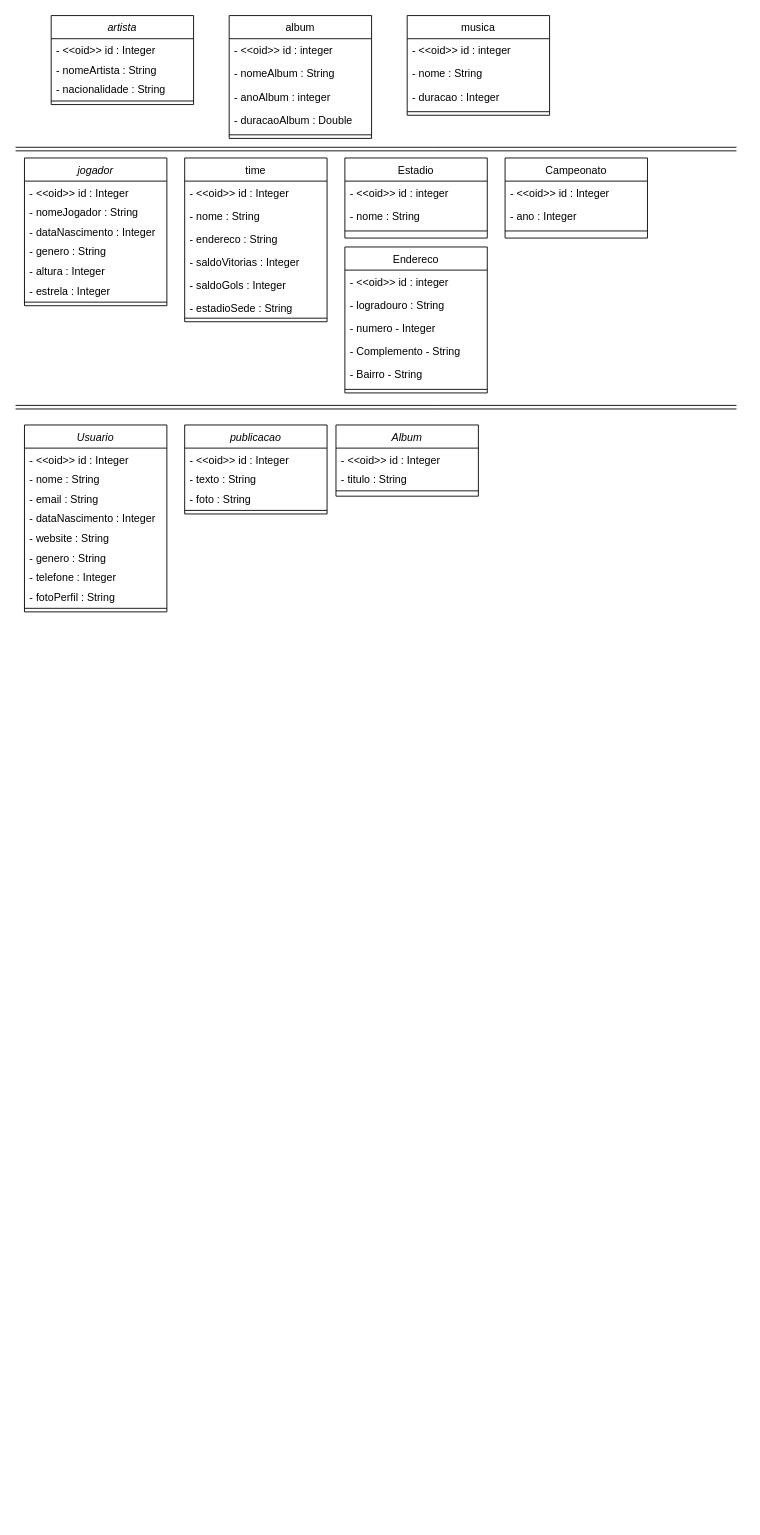
Before: Diagrama sem nome.drawio in douglaskks/api-app-saude, a draw.io diagram. Source tidied: cells renumbered, new cells numbered last; positions are measured from the earlier drawing's top-left corner, leaving out a move shared by most shapes. Both pictures are drawn from the tidied source at 89%, with x=0, y=0 at pixel (15, 15).
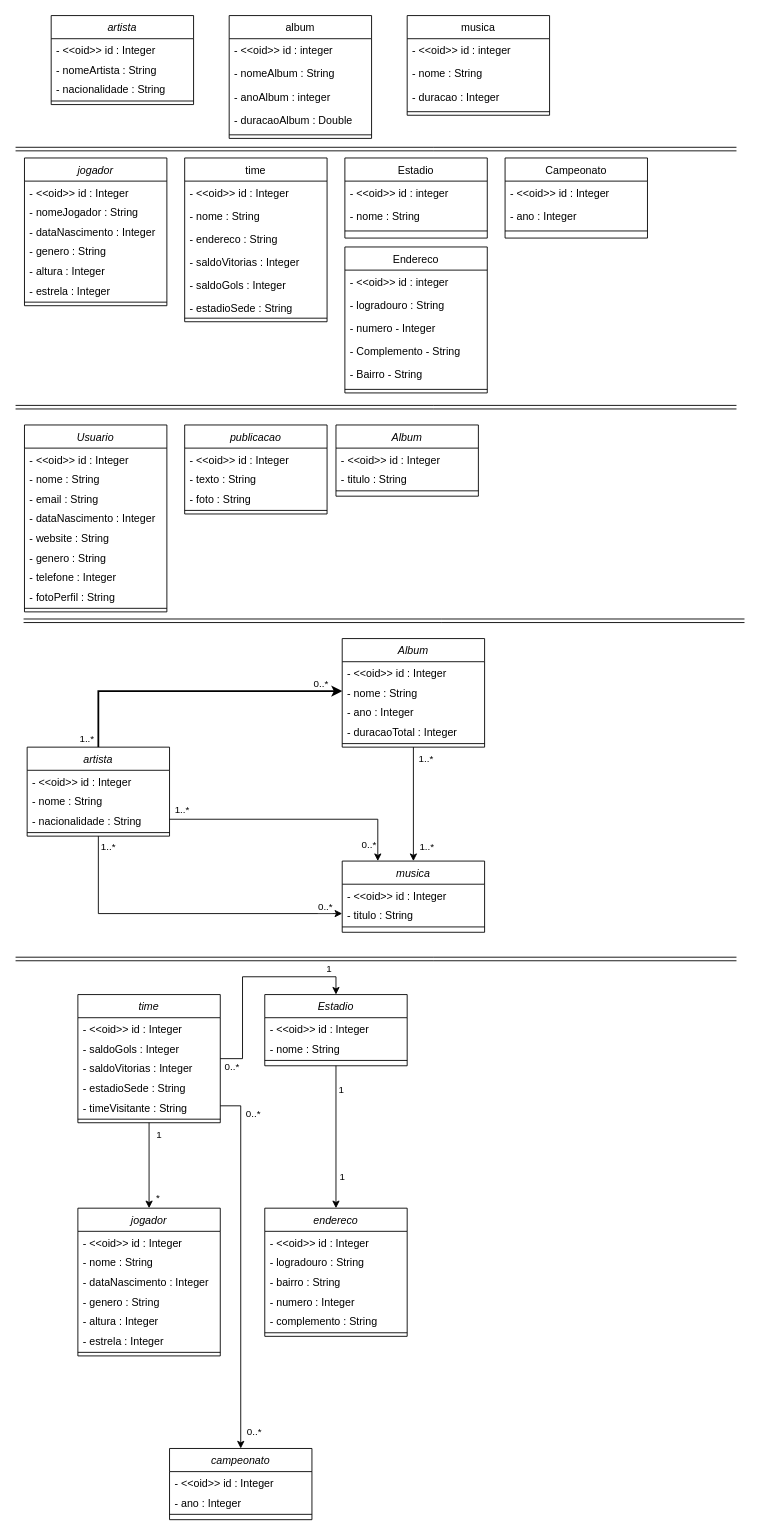
The same diagram, later.

Commit message:
atividade com multiplicidades de papeis adicionadas

The edit, as a diff of the source:
```diff
@@
+    <mxCell id="70" style="shape=link;html=1;rounded=0;" parent="1" edge="1">
+      <mxGeometry relative="1" as="geometry">
+        <mxPoint x="9" y="680" as="sourcePoint" />
+        <mxPoint x="819" y="680" as="targetPoint" />
+        <Array as="points">
+          <mxPoint x="479" y="680" />
+        </Array>
+      </mxGeometry>
+    </mxCell>
+    <mxCell id="71" style="edgeStyle=orthogonalEdgeStyle;rounded=0;jettySize=auto;html=1;entryX=0;entryY=0.5;entryDx=0;entryDy=0;strokeWidth=2;labelPosition=left;verticalLabelPosition=middle;align=right;verticalAlign=middle;labelBorderColor=none;" parent="1" edge="1" source="77" target="91">
+      <mxGeometry relative="1" as="geometry" />
+    </mxCell>
+    <mxCell id="72" value="0..*" style="edgeLabel;html=1;align=center;verticalAlign=middle;" parent="71" vertex="1">
+      <mxGeometry x="0.72" y="1" relative="1" as="geometry">
+        <mxPoint x="22" y="-8" as="offset" />
+      </mxGeometry>
+    </mxCell>
+    <mxCell id="73" value="1..*" style="edgeLabel;html=1;align=center;verticalAlign=middle;" parent="71" vertex="1">
+      <mxGeometry x="-0.85" y="1" relative="1" as="geometry">
+        <mxPoint x="-13" y="15" as="offset" />
+      </mxGeometry>
+    </mxCell>
+    <mxCell id="74" style="edgeStyle=orthogonalEdgeStyle;rounded=0;jettySize=auto;html=1;entryX=0;entryY=0.5;entryDx=0;entryDy=0;" parent="1" edge="1" source="77" target="84">
+      <mxGeometry relative="1" as="geometry" />
+    </mxCell>
+    <mxCell id="75" value="0..*" style="edgeLabel;html=1;align=center;verticalAlign=middle;" parent="74" vertex="1">
+      <mxGeometry x="0.91" relative="1" as="geometry">
+        <mxPoint x="-4" y="-8" as="offset" />
+      </mxGeometry>
+    </mxCell>
+    <mxCell id="76" value="1..*" style="edgeLabel;html=1;align=center;verticalAlign=middle;" parent="74" vertex="1">
+      <mxGeometry x="-0.79" y="1" relative="1" as="geometry">
+        <mxPoint x="9" y="-27" as="offset" />
+      </mxGeometry>
+    </mxCell>
+    <mxCell id="77" value="artista" style="swimlane;fontStyle=2;align=center;verticalAlign=top;horizontal=1;startSize=26;rounded=0;shadow=0;strokeWidth=1;" parent="1" vertex="1">
+      <mxGeometry x="13" y="822" width="160" height="100" as="geometry" />
+    </mxCell>
+    <mxCell id="78" value="- &lt;&lt;oid&gt;&gt; id : Integer" style="text;align=left;verticalAlign=top;spacingLeft=4;spacingRight=4;overflow=hidden;" parent="77" vertex="1">
+      <mxGeometry y="26" width="160" height="22" as="geometry" />
+    </mxCell>
+    <mxCell id="79" value="- nome : String" style="text;align=left;verticalAlign=top;spacingLeft=4;spacingRight=4;overflow=hidden;" parent="77" vertex="1">
+      <mxGeometry y="48" width="160" height="22" as="geometry" />
+    </mxCell>
+    <mxCell id="80" value="- nacionalidade : String" style="text;align=left;verticalAlign=top;spacingLeft=4;spacingRight=4;overflow=hidden;points=[[0,0.5],[1,0.5]];portConstraint=eastwest;" parent="77" vertex="1">
+      <mxGeometry y="70" width="160" height="22" as="geometry" />
+    </mxCell>
+    <mxCell id="81" style="line;html=1;strokeWidth=1;align=left;verticalAlign=middle;spacingTop=-1;spacingLeft=3;spacingRight=3;labelPosition=right;" parent="77" vertex="1">
+      <mxGeometry y="92" width="160" height="8" as="geometry" />
+    </mxCell>
+    <mxCell id="82" value="musica" style="swimlane;fontStyle=2;align=center;verticalAlign=top;horizontal=1;startSize=26;rounded=0;shadow=0;strokeWidth=1;" parent="1" vertex="1">
+      <mxGeometry x="367" y="950" width="160" height="80" as="geometry" />
+    </mxCell>
+    <mxCell id="83" value="- &lt;&lt;oid&gt;&gt; id : Integer" style="text;align=left;verticalAlign=top;spacingLeft=4;spacingRight=4;overflow=hidden;" parent="82" vertex="1">
+      <mxGeometry y="26" width="160" height="22" as="geometry" />
+    </mxCell>
+    <mxCell id="84" value="- titulo : String" style="text;align=left;verticalAlign=top;spacingLeft=4;spacingRight=4;overflow=hidden;points=[[0,0.5],[1,0.5]];portConstraint=eastwest;" parent="82" vertex="1">
+      <mxGeometry y="48" width="160" height="22" as="geometry" />
+    </mxCell>
+    <mxCell id="85" style="line;html=1;strokeWidth=1;align=left;verticalAlign=middle;spacingTop=-1;spacingLeft=3;spacingRight=3;labelPosition=right;" parent="82" vertex="1">
+      <mxGeometry y="70" width="160" height="8" as="geometry" />
+    </mxCell>
+    <mxCell id="86" style="edgeStyle=orthogonalEdgeStyle;rounded=0;jettySize=auto;html=1;entryX=0.5;entryY=0;entryDx=0;entryDy=0;" parent="1" edge="1" source="89" target="82">
+      <mxGeometry relative="1" as="geometry" />
+    </mxCell>
+    <mxCell id="87" value="1..*" style="edgeLabel;html=1;align=center;verticalAlign=middle;" parent="86" vertex="1">
+      <mxGeometry x="-0.82" relative="1" as="geometry">
+        <mxPoint x="13" as="offset" />
+      </mxGeometry>
+    </mxCell>
+    <mxCell id="88" value="1..*" style="edgeLabel;html=1;align=center;verticalAlign=middle;" parent="86" vertex="1">
+      <mxGeometry x="0.74" y="1" relative="1" as="geometry">
+        <mxPoint x="13" as="offset" />
+      </mxGeometry>
+    </mxCell>
+    <mxCell id="89" value="Album" style="swimlane;fontStyle=2;align=center;verticalAlign=top;horizontal=1;startSize=26;rounded=0;shadow=0;strokeWidth=1;" parent="1" vertex="1">
+      <mxGeometry x="367" y="700" width="160" height="122" as="geometry" />
+    </mxCell>
+    <mxCell id="90" value="- &lt;&lt;oid&gt;&gt; id : Integer" style="text;align=left;verticalAlign=top;spacingLeft=4;spacingRight=4;overflow=hidden;" parent="89" vertex="1">
+      <mxGeometry y="26" width="160" height="22" as="geometry" />
+    </mxCell>
+    <mxCell id="91" value="- nome : String" style="text;align=left;verticalAlign=top;spacingLeft=4;spacingRight=4;overflow=hidden;points=[[0,0.5],[1,0.5]];portConstraint=eastwest;" parent="89" vertex="1">
+      <mxGeometry y="48" width="160" height="22" as="geometry" />
+    </mxCell>
+    <mxCell id="92" value="- ano : Integer" style="text;align=left;verticalAlign=top;spacingLeft=4;spacingRight=4;overflow=hidden;" parent="89" vertex="1">
+      <mxGeometry y="70" width="160" height="22" as="geometry" />
+    </mxCell>
+    <mxCell id="93" value="- duracaoTotal : Integer" style="text;align=left;verticalAlign=top;spacingLeft=4;spacingRight=4;overflow=hidden;" parent="89" vertex="1">
+      <mxGeometry y="92" width="160" height="22" as="geometry" />
+    </mxCell>
+    <mxCell id="94" style="line;html=1;strokeWidth=1;align=left;verticalAlign=middle;spacingTop=-1;spacingLeft=3;spacingRight=3;labelPosition=right;" parent="89" vertex="1">
+      <mxGeometry y="114" width="160" height="8" as="geometry" />
+    </mxCell>
+    <mxCell id="95" style="edgeStyle=orthogonalEdgeStyle;rounded=0;jettySize=auto;html=1;entryX=0.25;entryY=0;entryDx=0;entryDy=0;" parent="1" edge="1" source="80" target="82">
+      <mxGeometry relative="1" as="geometry" />
+    </mxCell>
+    <mxCell id="96" value="0..*" style="edgeLabel;html=1;align=center;verticalAlign=middle;" parent="95" vertex="1">
+      <mxGeometry x="0.93" relative="1" as="geometry">
+        <mxPoint x="-11" y="-9" as="offset" />
+      </mxGeometry>
+    </mxCell>
+    <mxCell id="97" value="1..*" style="edgeLabel;html=1;align=center;verticalAlign=middle;" parent="95" vertex="1">
+      <mxGeometry x="-0.83" y="-3" relative="1" as="geometry">
+        <mxPoint x="-11" y="-14" as="offset" />
+      </mxGeometry>
+    </mxCell>
+    <mxCell id="98" style="shape=link;html=1;rounded=0;" parent="1" edge="1">
+      <mxGeometry relative="1" as="geometry">
+        <mxPoint y="1060" as="sourcePoint" />
+        <mxPoint x="810" y="1060" as="targetPoint" />
+        <Array as="points">
+          <mxPoint x="470" y="1060" />
+        </Array>
+      </mxGeometry>
+    </mxCell>
+    <mxCell id="99" value="jogador" style="swimlane;fontStyle=2;align=center;verticalAlign=top;horizontal=1;startSize=26;rounded=0;shadow=0;strokeWidth=1;" parent="1" vertex="1">
+      <mxGeometry x="70" y="1340" width="160" height="166" as="geometry" />
+    </mxCell>
+    <mxCell id="100" value="- &lt;&lt;oid&gt;&gt; id : Integer" style="text;align=left;verticalAlign=top;spacingLeft=4;spacingRight=4;overflow=hidden;" parent="99" vertex="1">
+      <mxGeometry y="26" width="160" height="22" as="geometry" />
+    </mxCell>
+    <mxCell id="101" value="- nome : String" style="text;align=left;verticalAlign=top;spacingLeft=4;spacingRight=4;overflow=hidden;" parent="99" vertex="1">
+      <mxGeometry y="48" width="160" height="22" as="geometry" />
+    </mxCell>
+    <mxCell id="102" value="- dataNascimento : Integer" style="text;align=left;verticalAlign=top;spacingLeft=4;spacingRight=4;overflow=hidden;" parent="99" vertex="1">
+      <mxGeometry y="70" width="160" height="22" as="geometry" />
+    </mxCell>
+    <mxCell id="103" value="- genero : String" style="text;align=left;verticalAlign=top;spacingLeft=4;spacingRight=4;overflow=hidden;" parent="99" vertex="1">
+      <mxGeometry y="92" width="160" height="22" as="geometry" />
+    </mxCell>
+    <mxCell id="104" value="- altura : Integer" style="text;align=left;verticalAlign=top;spacingLeft=4;spacingRight=4;overflow=hidden;" parent="99" vertex="1">
+      <mxGeometry y="114" width="160" height="22" as="geometry" />
+    </mxCell>
+    <mxCell id="105" value="- estrela : Integer" style="text;align=left;verticalAlign=top;spacingLeft=4;spacingRight=4;overflow=hidden;" parent="99" vertex="1">
+      <mxGeometry y="136" width="160" height="22" as="geometry" />
+    </mxCell>
+    <mxCell id="106" style="line;html=1;strokeWidth=1;align=left;verticalAlign=middle;spacingTop=-1;spacingLeft=3;spacingRight=3;labelPosition=right;" parent="99" vertex="1">
+      <mxGeometry y="158" width="160" height="8" as="geometry" />
+    </mxCell>
+    <mxCell id="107" style="edgeStyle=orthogonalEdgeStyle;rounded=0;jettySize=auto;html=1;entryX=0.5;entryY=0;entryDx=0;entryDy=0;" parent="1" edge="1" source="113" target="123">
+      <mxGeometry relative="1" as="geometry" />
+    </mxCell>
+    <mxCell id="108" value="1" style="edgeLabel;html=1;align=center;verticalAlign=middle;" parent="107" vertex="1">
+      <mxGeometry x="0.76" y="-1" relative="1" as="geometry">
+        <mxPoint y="-11" as="offset" />
+      </mxGeometry>
+    </mxCell>
+    <mxCell id="109" value="0..*" style="edgeLabel;html=1;align=center;verticalAlign=middle;" parent="107" vertex="1">
+      <mxGeometry x="-0.91" y="-3" relative="1" as="geometry">
+        <mxPoint x="1" y="5" as="offset" />
+      </mxGeometry>
+    </mxCell>
+    <mxCell id="110" style="edgeStyle=orthogonalEdgeStyle;rounded=0;jettySize=auto;html=1;entryX=0.5;entryY=0;entryDx=0;entryDy=0;" parent="1" edge="1" source="113" target="99">
+      <mxGeometry relative="1" as="geometry" />
+    </mxCell>
+    <mxCell id="111" value="*" style="edgeLabel;html=1;align=center;verticalAlign=middle;" parent="110" vertex="1">
+      <mxGeometry x="0.72" y="3" relative="1" as="geometry">
+        <mxPoint x="6" as="offset" />
+      </mxGeometry>
+    </mxCell>
+    <mxCell id="112" value="1" style="edgeLabel;html=1;align=center;verticalAlign=middle;" parent="110" vertex="1">
+      <mxGeometry x="-0.75" y="-2" relative="1" as="geometry">
+        <mxPoint x="12" y="1" as="offset" />
+      </mxGeometry>
+    </mxCell>
+    <mxCell id="113" value="time" style="swimlane;fontStyle=2;align=center;verticalAlign=top;horizontal=1;startSize=26;rounded=0;shadow=0;strokeWidth=1;" parent="1" vertex="1">
+      <mxGeometry x="70" y="1100" width="160" height="144" as="geometry" />
+    </mxCell>
+    <mxCell id="114" value="- &lt;&lt;oid&gt;&gt; id : Integer" style="text;align=left;verticalAlign=top;spacingLeft=4;spacingRight=4;overflow=hidden;" parent="113" vertex="1">
+      <mxGeometry y="26" width="160" height="22" as="geometry" />
+    </mxCell>
+    <mxCell id="115" value="- saldoGols : Integer" style="text;align=left;verticalAlign=top;spacingLeft=4;spacingRight=4;overflow=hidden;" parent="113" vertex="1">
+      <mxGeometry y="48" width="160" height="22" as="geometry" />
+    </mxCell>
+    <mxCell id="116" value="- saldoVitorias : Integer" style="text;align=left;verticalAlign=top;spacingLeft=4;spacingRight=4;overflow=hidden;" parent="113" vertex="1">
+      <mxGeometry y="70" width="160" height="22" as="geometry" />
+    </mxCell>
+    <mxCell id="117" value="- estadioSede : String" style="text;align=left;verticalAlign=top;spacingLeft=4;spacingRight=4;overflow=hidden;" parent="113" vertex="1">
+      <mxGeometry y="92" width="160" height="22" as="geometry" />
+    </mxCell>
+    <mxCell id="118" value="- timeVisitante : String" style="text;align=left;verticalAlign=top;spacingLeft=4;spacingRight=4;overflow=hidden;points=[[0,0.5],[1,0.5]];portConstraint=eastwest;" parent="113" vertex="1">
+      <mxGeometry y="114" width="160" height="22" as="geometry" />
+    </mxCell>
+    <mxCell id="119" style="line;html=1;strokeWidth=1;align=left;verticalAlign=middle;spacingTop=-1;spacingLeft=3;spacingRight=3;labelPosition=right;" parent="113" vertex="1">
+      <mxGeometry y="136" width="160" height="8" as="geometry" />
+    </mxCell>
+    <mxCell id="120" style="edgeStyle=orthogonalEdgeStyle;rounded=0;jettySize=auto;html=1;entryX=0.5;entryY=0;entryDx=0;entryDy=0;" parent="1" edge="1" source="123" target="127">
+      <mxGeometry relative="1" as="geometry" />
+    </mxCell>
+    <mxCell id="121" value="1" style="edgeLabel;html=1;align=center;verticalAlign=middle;" parent="120" vertex="1">
+      <mxGeometry x="-0.59" y="1" relative="1" as="geometry">
+        <mxPoint x="4" y="-7" as="offset" />
+      </mxGeometry>
+    </mxCell>
+    <mxCell id="122" value="1" style="edgeLabel;html=1;align=center;verticalAlign=middle;" parent="120" vertex="1">
+      <mxGeometry x="0.55" y="1" relative="1" as="geometry">
+        <mxPoint x="5" as="offset" />
+      </mxGeometry>
+    </mxCell>
+    <mxCell id="123" value="Estadio" style="swimlane;fontStyle=2;align=center;verticalAlign=top;horizontal=1;startSize=26;rounded=0;shadow=0;strokeWidth=1;" parent="1" vertex="1">
+      <mxGeometry x="280" y="1100" width="160" height="80" as="geometry" />
+    </mxCell>
+    <mxCell id="124" value="- &lt;&lt;oid&gt;&gt; id : Integer" style="text;align=left;verticalAlign=top;spacingLeft=4;spacingRight=4;overflow=hidden;" parent="123" vertex="1">
+      <mxGeometry y="26" width="160" height="22" as="geometry" />
+    </mxCell>
+    <mxCell id="125" value="- nome : String" style="text;align=left;verticalAlign=top;spacingLeft=4;spacingRight=4;overflow=hidden;" parent="123" vertex="1">
+      <mxGeometry y="48" width="160" height="22" as="geometry" />
+    </mxCell>
+    <mxCell id="126" style="line;html=1;strokeWidth=1;align=left;verticalAlign=middle;spacingTop=-1;spacingLeft=3;spacingRight=3;labelPosition=right;" parent="123" vertex="1">
+      <mxGeometry y="70" width="160" height="8" as="geometry" />
+    </mxCell>
+    <mxCell id="127" value="endereco" style="swimlane;fontStyle=2;align=center;verticalAlign=top;horizontal=1;startSize=26;rounded=0;shadow=0;strokeWidth=1;" parent="1" vertex="1">
+      <mxGeometry x="280" y="1340" width="160" height="144" as="geometry" />
+    </mxCell>
+    <mxCell id="128" value="- &lt;&lt;oid&gt;&gt; id : Integer" style="text;align=left;verticalAlign=top;spacingLeft=4;spacingRight=4;overflow=hidden;" parent="127" vertex="1">
+      <mxGeometry y="26" width="160" height="22" as="geometry" />
+    </mxCell>
+    <mxCell id="129" value="- logradouro : String" style="text;align=left;verticalAlign=top;spacingLeft=4;spacingRight=4;overflow=hidden;" parent="127" vertex="1">
+      <mxGeometry y="48" width="160" height="22" as="geometry" />
+    </mxCell>
+    <mxCell id="130" value="- bairro : String" style="text;align=left;verticalAlign=top;spacingLeft=4;spacingRight=4;overflow=hidden;" parent="127" vertex="1">
+      <mxGeometry y="70" width="160" height="22" as="geometry" />
+    </mxCell>
+    <mxCell id="131" value="- numero : Integer" style="text;align=left;verticalAlign=top;spacingLeft=4;spacingRight=4;overflow=hidden;" parent="127" vertex="1">
+      <mxGeometry y="92" width="160" height="22" as="geometry" />
+    </mxCell>
+    <mxCell id="132" value="- complemento : String" style="text;align=left;verticalAlign=top;spacingLeft=4;spacingRight=4;overflow=hidden;" parent="127" vertex="1">
+      <mxGeometry y="114" width="160" height="22" as="geometry" />
+    </mxCell>
+    <mxCell id="133" style="line;html=1;strokeWidth=1;align=left;verticalAlign=middle;spacingTop=-1;spacingLeft=3;spacingRight=3;labelPosition=right;" parent="127" vertex="1">
+      <mxGeometry y="136" width="160" height="8" as="geometry" />
+    </mxCell>
+    <mxCell id="134" value="campeonato" style="swimlane;fontStyle=2;align=center;verticalAlign=top;horizontal=1;startSize=26;rounded=0;shadow=0;strokeWidth=1;" parent="1" vertex="1">
+      <mxGeometry x="173" y="1610" width="160" height="80" as="geometry" />
+    </mxCell>
+    <mxCell id="135" value="- &lt;&lt;oid&gt;&gt; id : Integer" style="text;align=left;verticalAlign=top;spacingLeft=4;spacingRight=4;overflow=hidden;" parent="134" vertex="1">
+      <mxGeometry y="26" width="160" height="22" as="geometry" />
+    </mxCell>
+    <mxCell id="136" value="- ano : Integer" style="text;align=left;verticalAlign=top;spacingLeft=4;spacingRight=4;overflow=hidden;" parent="134" vertex="1">
+      <mxGeometry y="48" width="160" height="22" as="geometry" />
+    </mxCell>
+    <mxCell id="137" style="line;html=1;strokeWidth=1;align=left;verticalAlign=middle;spacingTop=-1;spacingLeft=3;spacingRight=3;labelPosition=right;" parent="134" vertex="1">
+      <mxGeometry y="70" width="160" height="8" as="geometry" />
+    </mxCell>
+    <mxCell id="138" style="edgeStyle=orthogonalEdgeStyle;rounded=0;jettySize=auto;html=1;entryX=0.5;entryY=0;entryDx=0;entryDy=0;" parent="1" edge="1" source="118" target="134">
+      <mxGeometry relative="1" as="geometry" />
+    </mxCell>
+    <mxCell id="139" value="0..*" style="edgeLabel;html=1;align=center;verticalAlign=middle;" parent="138" vertex="1">
+      <mxGeometry x="-0.93" y="-1" relative="1" as="geometry">
+        <mxPoint x="22" y="7" as="offset" />
+      </mxGeometry>
+    </mxCell>
+    <mxCell id="140" value="0..*" style="edgeLabel;html=1;align=center;verticalAlign=middle;" parent="138" vertex="1">
+      <mxGeometry x="0.79" y="3" relative="1" as="geometry">
+        <mxPoint x="11" y="23" as="offset" />
+      </mxGeometry>
+    </mxCell>
```
